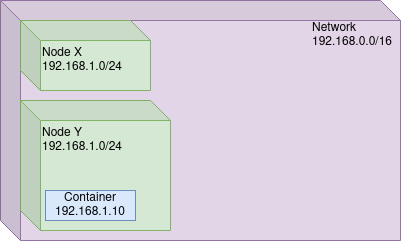
This is src/capacity_layer/img/network-box.png from threefoldfoundation/info_sdk, a draw.io export, as it was before one commit. Source tidied: cells renumbered, new cells last; positions are measured from the earlier drawing's top-left corner, leaving out a move shared by most shapes. Its diagram source:
```xml
<mxGraphModel>
  <root>
    <mxCell id="0" />
    <mxCell id="1" parent="0" />
    <mxCell id="2" style="shape=cube;whiteSpace=wrap;html=1;boundedLbl=1;backgroundOutline=1;darkOpacity=0.05;darkOpacity2=0.1;fillColor=#e1d5e7;strokeColor=#9673a6;" parent="1" vertex="1">
      <mxGeometry width="400" height="240" as="geometry" />
    </mxCell>
    <mxCell id="3" style="shape=cube;whiteSpace=wrap;html=1;boundedLbl=1;backgroundOutline=1;darkOpacity=0.05;darkOpacity2=0.1;fillColor=#d5e8d4;strokeColor=#82b366;" parent="1" vertex="1">
      <mxGeometry x="20" y="100" width="150" height="130" as="geometry" />
    </mxCell>
    <mxCell id="4" style="shape=cube;whiteSpace=wrap;html=1;boundedLbl=1;backgroundOutline=1;darkOpacity=0.05;darkOpacity2=0.1;fillColor=#d5e8d4;strokeColor=#82b366;" parent="1" vertex="1">
      <mxGeometry x="20" y="20" width="130" height="70" as="geometry" />
    </mxCell>
    <mxCell id="5" value="Network&lt;br&gt;192.168.0.0/16" style="text;html=1;strokeColor=none;fillColor=none;align=left;verticalAlign=middle;whiteSpace=wrap;rounded=0;" parent="1" vertex="1">
      <mxGeometry x="310" y="20" width="80" height="30" as="geometry" />
    </mxCell>
    <mxCell id="6" value="Node X&lt;br&gt;192.168.1.0/24" style="text;html=1;strokeColor=none;fillColor=none;align=left;verticalAlign=middle;whiteSpace=wrap;rounded=0;" parent="1" vertex="1">
      <mxGeometry x="40" y="50" width="100" height="20" as="geometry" />
    </mxCell>
    <mxCell id="7" value="Node Y&lt;br&gt;192.168.1.0/24" style="text;html=1;strokeColor=none;fillColor=none;align=left;verticalAlign=middle;whiteSpace=wrap;rounded=0;" parent="1" vertex="1">
      <mxGeometry x="40" y="130" width="90" height="20" as="geometry" />
    </mxCell>
    <mxCell id="8" value="Container&lt;br&gt;192.168.1.10" style="rounded=0;whiteSpace=wrap;html=1;fillColor=#dae8fc;strokeColor=#6c8ebf;" parent="1" vertex="1">
      <mxGeometry x="45" y="190" width="90" height="30" as="geometry" />
    </mxCell>
  </root>
</mxGraphModel>
```
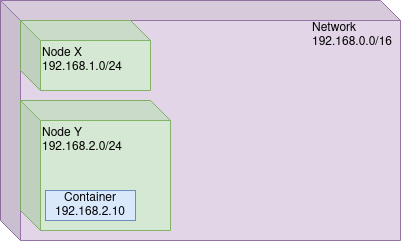
Later version of the same file.

Commit message:
update network-box picture

Change to the diagram source:
```diff
@@ -17,10 +17,10 @@
     <mxCell id="6" value="Node X&lt;br&gt;192.168.1.0/24" style="text;html=1;strokeColor=none;fillColor=none;align=left;verticalAlign=middle;whiteSpace=wrap;rounded=0;" parent="1" vertex="1">
       <mxGeometry x="40" y="50" width="100" height="20" as="geometry" />
     </mxCell>
-    <mxCell id="7" value="Node Y&lt;br&gt;192.168.1.0/24" style="text;html=1;strokeColor=none;fillColor=none;align=left;verticalAlign=middle;whiteSpace=wrap;rounded=0;" parent="1" vertex="1">
+    <mxCell id="7" value="Node Y&lt;br&gt;&lt;div&gt;192.168.2.0/24&lt;/div&gt;" style="text;html=1;strokeColor=none;fillColor=none;align=left;verticalAlign=middle;whiteSpace=wrap;rounded=0;" parent="1" vertex="1">
       <mxGeometry x="40" y="130" width="90" height="20" as="geometry" />
     </mxCell>
-    <mxCell id="8" value="Container&lt;br&gt;192.168.1.10" style="rounded=0;whiteSpace=wrap;html=1;fillColor=#dae8fc;strokeColor=#6c8ebf;" parent="1" vertex="1">
+    <mxCell id="8" value="Container&lt;br&gt;192.168.2.10" style="rounded=0;whiteSpace=wrap;html=1;fillColor=#dae8fc;strokeColor=#6c8ebf;" parent="1" vertex="1">
       <mxGeometry x="45" y="190" width="90" height="30" as="geometry" />
     </mxCell>
   </root>
```
